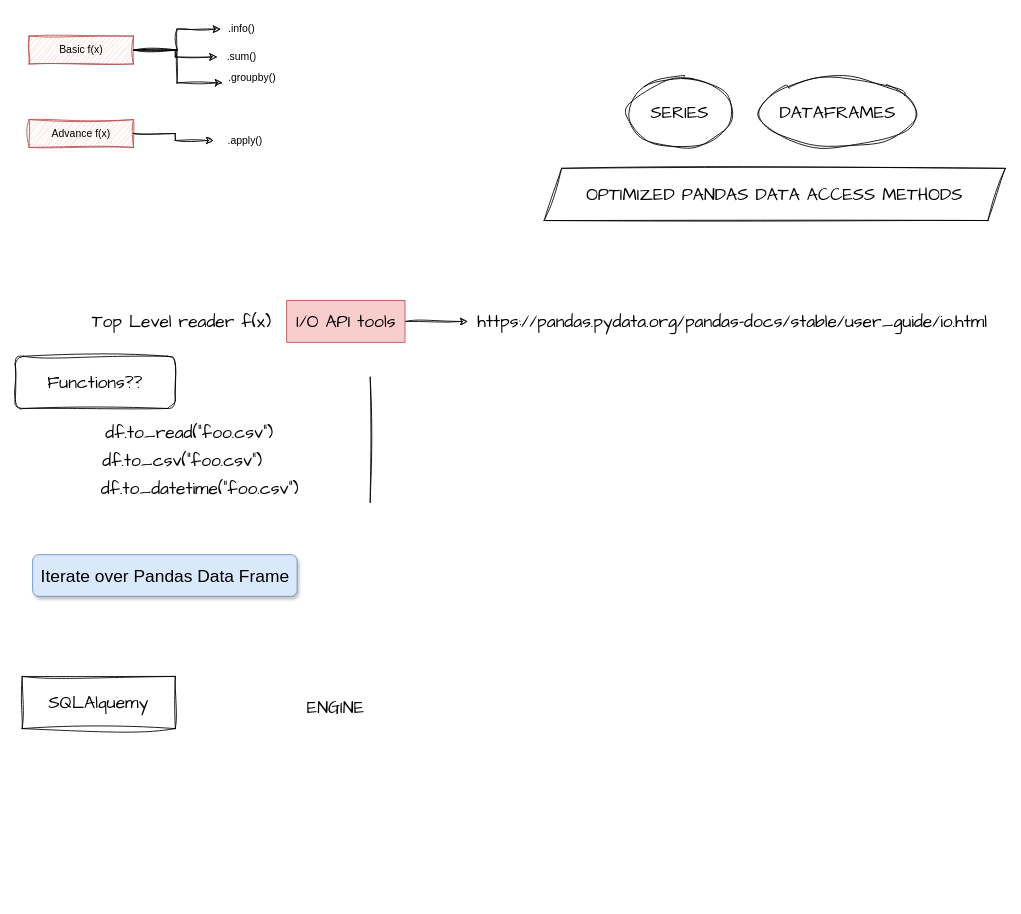
Before: Sprint_1_AnyoneAI.drawio in Innoktiv/drawio, a draw.io diagram. Source tidied: cells renumbered, new cells numbered last; positions are measured from the earlier drawing's top-left corner, leaving out a move shared by most shapes. Both pictures are drawn from the tidied source at 87%, with x=0, y=0 at pixel (15, 15).
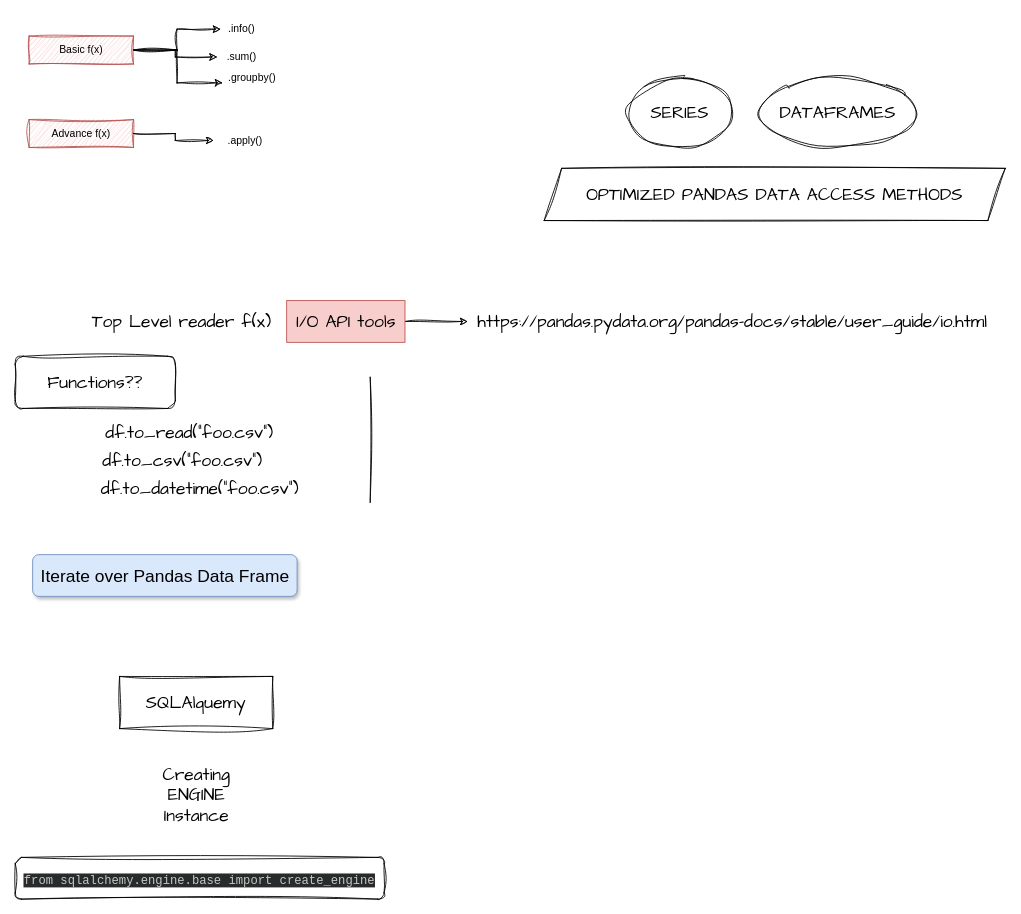
The same page after the edit.

Change to the diagram source:
```diff
@@
-    <mxCell id="21" value="ENGINE" style="text;html=1;align=center;verticalAlign=middle;strokeColor=none;fillColor=none;fontFamily=Architects Daughter;fontSize=20;" parent="1" vertex="1">
-      <mxGeometry x="324" y="772" width="88" height="48" as="geometry" />
+    <mxCell id="21" value="Creating&lt;br&gt;ENGINE&lt;br&gt;Instance" style="text;html=1;align=center;verticalAlign=middle;strokeColor=none;fillColor=none;fontFamily=Architects Daughter;fontSize=20;" parent="1" vertex="1">
+      <mxGeometry x="160" y="848" width="96" height="96" as="geometry" />
     </mxCell>
     <mxCell id="22" value="SQLAlquemy" style="rounded=0;whiteSpace=wrap;html=1;sketch=1;hachureGap=4;jiggle=2;curveFitting=1;fontFamily=Architects Daughter;fontSize=20;" parent="1" vertex="1">
-      <mxGeometry x="8" y="760" width="176" height="60" as="geometry" />
+      <mxGeometry x="120" y="760" width="176" height="60" as="geometry" />
     </mxCell>
@@
+    <mxCell id="27" value="&lt;span style=&quot;color: rgb(196, 199, 197); font-family: &amp;quot;Google Sans Mono&amp;quot;, monospace; font-size: 14px; font-style: normal; font-variant-ligatures: normal; font-variant-caps: normal; font-weight: 400; letter-spacing: normal; orphans: 2; text-align: start; text-indent: 0px; text-transform: none; widows: 2; word-spacing: 0px; -webkit-text-stroke-width: 0px; background-color: rgb(40, 42, 44); text-decoration-thickness: initial; text-decoration-style: initial; text-decoration-color: initial; float: none; display: inline !important;&quot;&gt;from sqlalchemy.engine.base import create_engine&lt;/span&gt;" style="rounded=1;whiteSpace=wrap;html=1;sketch=1;hachureGap=4;jiggle=2;curveFitting=1;fontFamily=Architects Daughter;fontSize=20;" parent="1" vertex="1">
+      <mxGeometry y="968" width="424" height="48" as="geometry" />
+    </mxCell>
```
